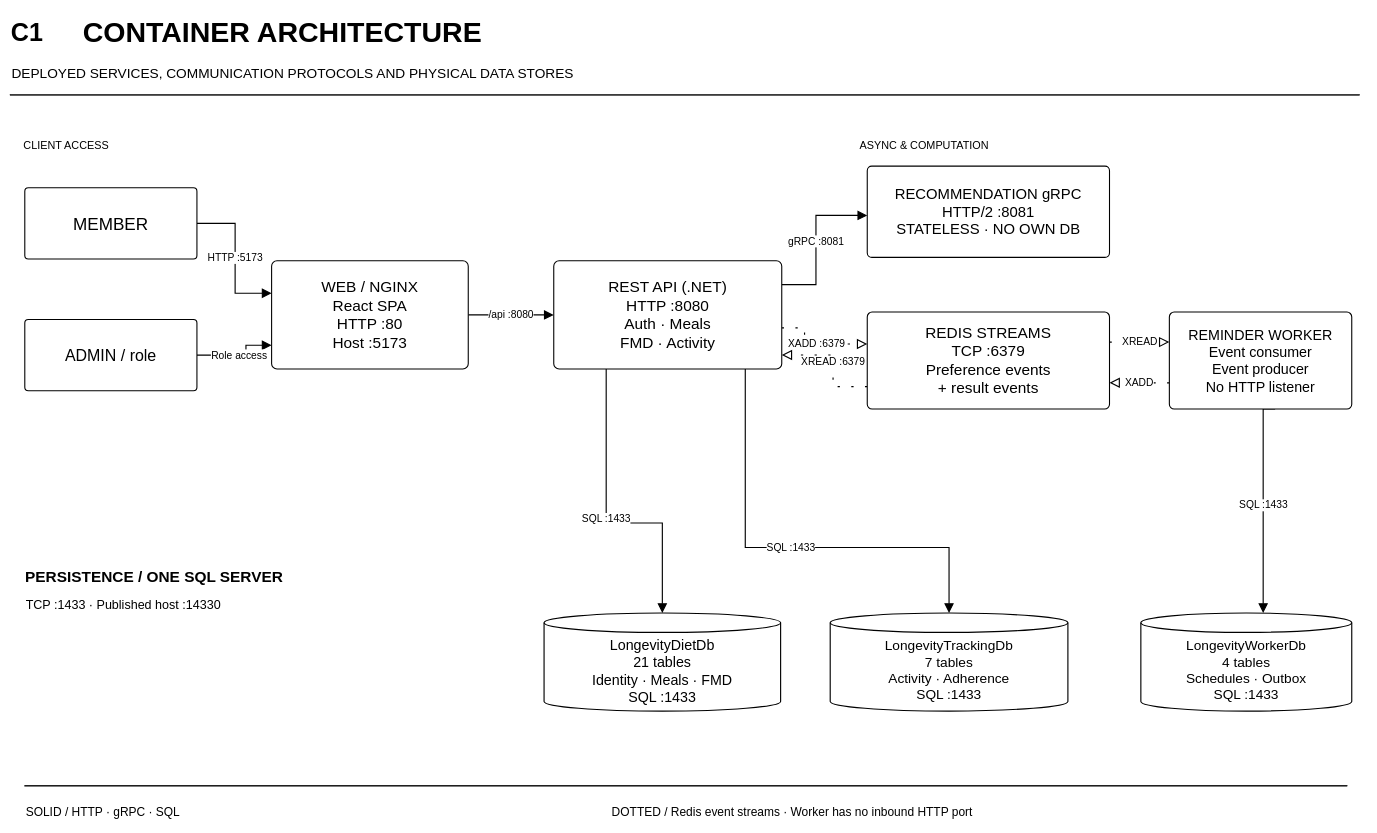
The draw.io diagram docs/assignment/one-page/C1.drawio in YAHsaveme/FPTUSE_LongevityDiet, before the edit. Source tidied: cells renumbered, new cells numbered last; positions are measured from the earlier drawing's top-left corner, leaving out a move shared by most shapes. Both pictures are drawn from the tidied source at 57%, with x=0, y=0 at pixel (10, 10).
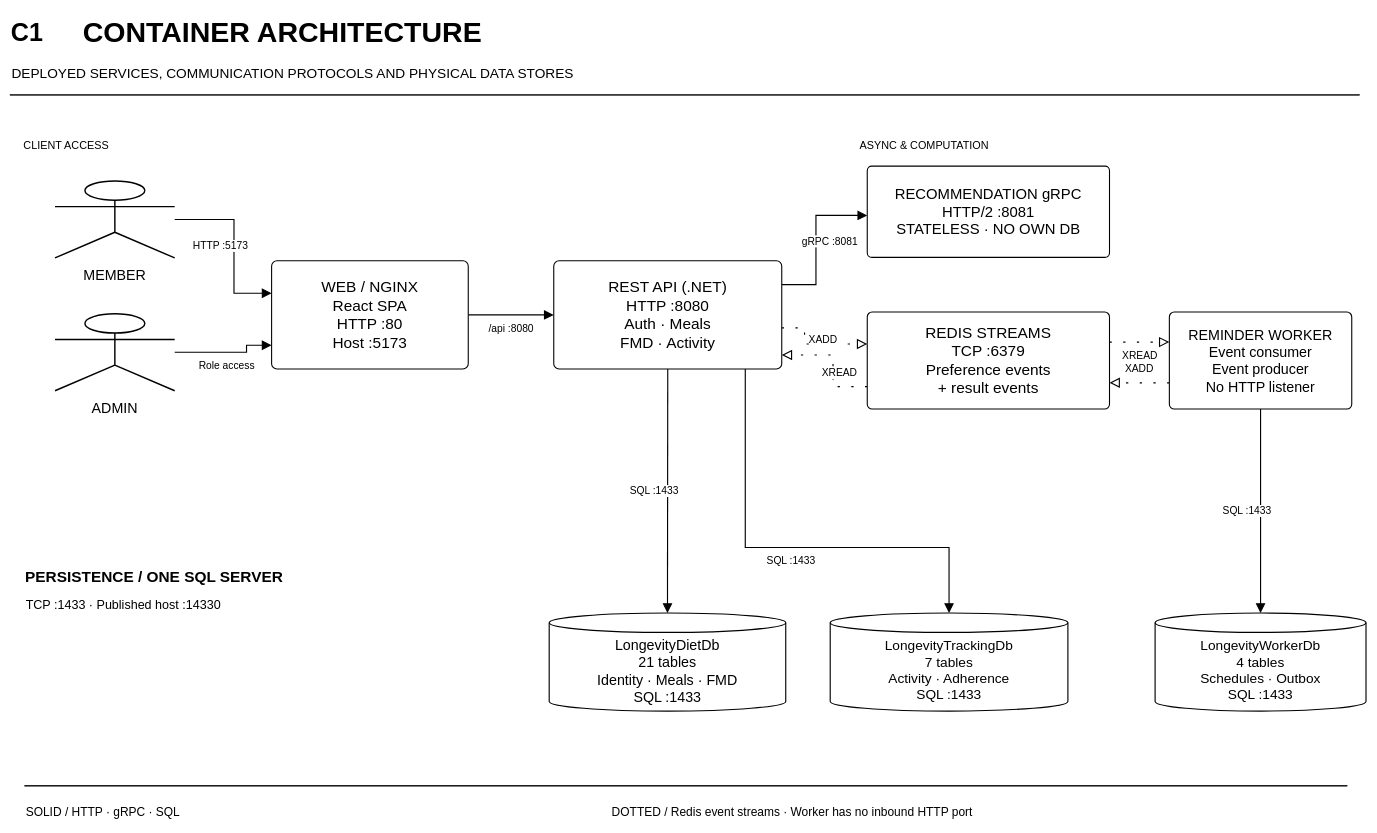
Above is the later version.

The change refers to these unchanged cells:
```xml
<mxCell id="21" value="WEB / NGINX&lt;br/&gt;React SPA&lt;br/&gt;HTTP :80&lt;br/&gt;Host :5173" style="rounded=1;arcSize=5;html=1;whiteSpace=wrap;strokeColor=#000000;strokeWidth=1.9;fillColor=#FFFFFF;align=center;verticalAlign=middle;spacing=8;fontFamily=Arial;fontColor=#000000;fontSize=27;" parent="1" vertex="1">
  <mxGeometry x="459" y="440" width="345" height="190" as="geometry" />
</mxCell>
<mxCell id="22" value="REST API  (.NET)&lt;br/&gt;HTTP :8080&lt;br/&gt;Auth · Meals&lt;br/&gt;FMD · Activity" style="rounded=1;arcSize=5;html=1;whiteSpace=wrap;strokeColor=#000000;strokeWidth=1.9;fillColor=#FFFFFF;align=center;verticalAlign=middle;spacing=8;fontFamily=Arial;fontColor=#000000;fontSize=27;" parent="1" vertex="1">
  <mxGeometry x="954" y="440" width="400" height="190" as="geometry" />
</mxCell>
<mxCell id="23" value="RECOMMENDATION gRPC&lt;br/&gt;HTTP/2 :8081&lt;br/&gt;STATELESS  ·  NO OWN DB" style="rounded=1;arcSize=5;html=1;whiteSpace=wrap;strokeColor=#000000;strokeWidth=1.9;fillColor=#FFFFFF;align=center;verticalAlign=middle;spacing=8;fontFamily=Arial;fontColor=#000000;fontSize=26;" parent="1" vertex="1">
  <mxGeometry x="1504" y="274" width="425" height="160" as="geometry" />
</mxCell>
<mxCell id="24" value="REDIS STREAMS&lt;br/&gt;TCP :6379&lt;br/&gt;Preference events&lt;br/&gt;+ result events" style="rounded=1;arcSize=5;html=1;whiteSpace=wrap;strokeColor=#000000;strokeWidth=1.9;fillColor=#FFFFFF;align=center;verticalAlign=middle;spacing=8;fontFamily=Arial;fontColor=#000000;fontSize=27;" parent="1" vertex="1">
  <mxGeometry x="1504" y="530" width="425" height="170" as="geometry" />
</mxCell>
<mxCell id="25" value="REMINDER WORKER&lt;br/&gt;Event consumer&lt;br/&gt;Event producer&lt;br/&gt;No HTTP listener" style="rounded=1;arcSize=5;html=1;whiteSpace=wrap;strokeColor=#000000;strokeWidth=1.9;fillColor=#FFFFFF;align=center;verticalAlign=middle;spacing=8;fontFamily=Arial;fontColor=#000000;fontSize=25;" parent="1" vertex="1">
  <mxGeometry x="2034" y="530" width="320" height="170" as="geometry" />
</mxCell>
<mxCell id="29" value="LongevityTrackingDb&lt;br/&gt;7 tables&lt;br/&gt;Activity · Adherence&lt;br/&gt;SQL :1433" style="shape=cylinder3;html=1;whiteSpace=wrap;boundedLbl=1;size=17;strokeColor=#000000;strokeWidth=2;fillColor=#FFFFFF;align=center;verticalAlign=middle;spacing=8;fontFamily=Arial;fontColor=#000000;fontSize=24;" parent="1" vertex="1">
  <mxGeometry x="1439" y="1058" width="417" height="172" as="geometry" />
</mxCell>
```

What changed in the source:
```diff
@@
-    <mxCell id="2" value="HTTP :5173" style="edgeStyle=segmentEdgeStyle;rounded=0;orthogonal=1;html=1;strokeColor=#000000;strokeWidth=2;startArrow=none;endArrow=block;endFill=1;endSize=12;fontFamily=Arial;fontColor=#000000;fontSize=18;labelBackgroundColor=#FFFFFF;align=center;verticalAlign=middle;spacing=3;exitX=1.00000;exitY=0.50000;exitPerimeter=0;entryX=0.00000;entryY=0.30000;entryPerimeter=0;" parent="1" edge="1" source="19" target="21">
-      <mxGeometry relative="1" as="geometry">
+    <mxCell id="2" value="HTTP :5173" style="edgeStyle=segmentEdgeStyle;rounded=0;orthogonal=1;html=1;strokeColor=#000000;strokeWidth=2;startArrow=none;endArrow=block;endFill=1;endSize=12;fontFamily=Arial;fontColor=#000000;fontSize=18;labelBackgroundColor=#FFFFFF;align=center;verticalAlign=middle;spacing=3;verticalLabelPosition=top;exitX=1.00000;exitY=0.50000;exitPerimeter=0;entryX=0.00000;entryY=0.30000;entryPerimeter=0;" parent="1" edge="1" source="19" target="21">
+      <mxGeometry y="-24" relative="1" as="geometry">
         <Array as="points">
-          <mxPoint x="395" y="374" />
-          <mxPoint x="395" y="497" />
+          <mxPoint x="393" y="367.5" />
+          <mxPoint x="393" y="497" />
         </Array>
       </mxGeometry>
     </mxCell>
-    <mxCell id="3" value="Role access" style="edgeStyle=segmentEdgeStyle;rounded=0;orthogonal=1;html=1;strokeColor=#000000;strokeWidth=2;startArrow=none;endArrow=block;endFill=1;endSize=12;fontFamily=Arial;fontColor=#000000;fontSize=18;labelBackgroundColor=#FFFFFF;align=center;verticalAlign=middle;spacing=3;exitX=1.00000;exitY=0.50000;exitPerimeter=0;entryX=0.00000;entryY=0.78000;entryPerimeter=0;" parent="1" edge="1" source="20" target="21">
-      <mxGeometry relative="1" as="geometry">
+    <mxCell id="3" value="Role access" style="edgeStyle=segmentEdgeStyle;rounded=0;orthogonal=1;html=1;strokeColor=#000000;strokeWidth=2;startArrow=none;endArrow=block;endFill=1;endSize=12;fontFamily=Arial;fontColor=#000000;fontSize=18;labelBackgroundColor=#FFFFFF;align=center;verticalAlign=middle;spacing=3;verticalLabelPosition=top;exitX=1.00000;exitY=0.50000;exitPerimeter=0;entryX=0.00000;entryY=0.78000;entryPerimeter=0;" parent="1" edge="1" source="20" target="21">
+      <mxGeometry y="-24" relative="1" as="geometry">
         <Array as="points">
-          <mxPoint x="414" y="605" />
-          <mxPoint x="414" y="588" />
+          <mxPoint x="415" y="600.5" />
+          <mxPoint x="415" y="588.2" />
         </Array>
       </mxGeometry>
     </mxCell>
-    <mxCell id="4" value="/api :8080" style="edgeStyle=segmentEdgeStyle;rounded=0;orthogonal=1;html=1;strokeColor=#000000;strokeWidth=2;startArrow=none;endArrow=block;endFill=1;endSize=12;fontFamily=Arial;fontColor=#000000;fontSize=18;labelBackgroundColor=#FFFFFF;align=center;verticalAlign=middle;spacing=3;exitX=1.00000;exitY=0.50000;exitPerimeter=0;entryX=0.00000;entryY=0.50000;entryPerimeter=0;" parent="1" edge="1" source="21" target="22">
-      <mxGeometry relative="1" as="geometry" />
+    <mxCell id="4" value="/api :8080" style="edgeStyle=segmentEdgeStyle;rounded=0;orthogonal=1;html=1;strokeColor=#000000;strokeWidth=2;startArrow=none;endArrow=block;endFill=1;endSize=12;fontFamily=Arial;fontColor=#000000;fontSize=18;labelBackgroundColor=#FFFFFF;align=center;verticalAlign=middle;spacing=3;verticalLabelPosition=top;exitX=1.00000;exitY=0.50000;exitPerimeter=0;entryX=0.00000;entryY=0.50000;entryPerimeter=0;" parent="1" edge="1" source="21" target="22">
+      <mxGeometry y="-24" relative="1" as="geometry" />
     </mxCell>
-    <mxCell id="5" value="gRPC :8081" style="edgeStyle=segmentEdgeStyle;rounded=0;orthogonal=1;html=1;strokeColor=#000000;strokeWidth=2;startArrow=none;endArrow=block;endFill=1;endSize=12;fontFamily=Arial;fontColor=#000000;fontSize=18;labelBackgroundColor=#FFFFFF;align=center;verticalAlign=middle;spacing=3;exitX=1.00000;exitY=0.22000;exitPerimeter=0;entryX=0.00000;entryY=0.54000;entryPerimeter=0;" parent="1" edge="1" source="22" target="23">
-      <mxGeometry relative="1" as="geometry">
+    <mxCell id="5" value="gRPC :8081" style="edgeStyle=segmentEdgeStyle;rounded=0;orthogonal=1;html=1;strokeColor=#000000;strokeWidth=2;startArrow=none;endArrow=block;endFill=1;endSize=12;fontFamily=Arial;fontColor=#000000;fontSize=18;labelBackgroundColor=#FFFFFF;align=center;verticalAlign=middle;spacing=3;verticalLabelPosition=top;exitX=1.00000;exitY=0.22000;exitPerimeter=0;entryX=0.00000;entryY=0.54000;entryPerimeter=0;" parent="1" edge="1" source="22" target="23">
+      <mxGeometry y="-24" relative="1" as="geometry">
         <Array as="points">
           <mxPoint x="1414" y="482" />
           <mxPoint x="1414" y="360" />
         </Array>
       </mxGeometry>
     </mxCell>
-    <mxCell id="6" value="XADD :6379" style="edgeStyle=segmentEdgeStyle;rounded=0;orthogonal=1;html=1;strokeColor=#000000;strokeWidth=2;dashed=1;dashPattern=2 10;startArrow=none;endArrow=block;endFill=0;endSize=13;fontFamily=Arial;fontColor=#000000;fontSize=18;labelBackgroundColor=#FFFFFF;align=center;verticalAlign=middle;spacing=3;exitX=1.00000;exitY=0.62000;exitPerimeter=0;entryX=0.00000;entryY=0.33000;entryPerimeter=0;" parent="1" edge="1" source="22" target="24">
-      <mxGeometry relative="1" as="geometry">
+    <mxCell id="6" value="XADD" style="edgeStyle=segmentEdgeStyle;rounded=0;orthogonal=1;html=1;strokeColor=#000000;strokeWidth=2;dashed=1;dashPattern=2 10;startArrow=none;endArrow=block;endFill=0;endSize=13;fontFamily=Arial;fontColor=#000000;fontSize=18;labelBackgroundColor=#FFFFFF;align=center;verticalAlign=middle;spacing=3;verticalLabelPosition=top;exitX=1.00000;exitY=0.62000;exitPerimeter=0;entryX=0.00000;entryY=0.33000;entryPerimeter=0;" parent="1" edge="1" source="22" target="24">
+      <mxGeometry x="0.12" y="-24" relative="1" as="geometry">
         <Array as="points">
           <mxPoint x="1394" y="558" />
           <mxPoint x="1394" y="586" />
         </Array>
+        <mxPoint y="-32" as="offset" />
       </mxGeometry>
     </mxCell>
-    <mxCell id="7" value="XREAD :6379" style="edgeStyle=segmentEdgeStyle;rounded=0;orthogonal=1;html=1;strokeColor=#000000;strokeWidth=2;dashed=1;dashPattern=2 10;startArrow=none;endArrow=block;endFill=0;endSize=13;fontFamily=Arial;fontColor=#000000;fontSize=18;labelBackgroundColor=#FFFFFF;align=center;verticalAlign=middle;spacing=3;exitX=0.00000;exitY=0.77000;exitPerimeter=0;entryX=1.00000;entryY=0.87000;entryPerimeter=0;" parent="1" edge="1" source="24" target="22">
-      <mxGeometry relative="1" as="geometry">
+    <mxCell id="7" value="XREAD" style="edgeStyle=segmentEdgeStyle;rounded=0;orthogonal=1;html=1;strokeColor=#000000;strokeWidth=2;dashed=1;dashPattern=2 10;startArrow=none;endArrow=block;endFill=0;endSize=13;fontFamily=Arial;fontColor=#000000;fontSize=18;labelBackgroundColor=#FFFFFF;align=center;verticalAlign=middle;spacing=3;verticalLabelPosition=top;exitX=0.00000;exitY=0.77000;exitPerimeter=0;entryX=1.00000;entryY=0.87000;entryPerimeter=0;" parent="1" edge="1" source="24" target="22">
+      <mxGeometry x="-0.52" y="-24" relative="1" as="geometry">
         <Array as="points">
           <mxPoint x="1444" y="661" />
           <mxPoint x="1444" y="605" />
         </Array>
       </mxGeometry>
     </mxCell>
-    <mxCell id="8" value="XREAD" style="edgeStyle=segmentEdgeStyle;rounded=0;orthogonal=1;html=1;strokeColor=#000000;strokeWidth=2;dashed=1;dashPattern=2 10;startArrow=none;endArrow=block;endFill=0;endSize=13;fontFamily=Arial;fontColor=#000000;fontSize=18;labelBackgroundColor=#FFFFFF;align=center;verticalAlign=middle;spacing=3;exitX=1.00000;exitY=0.31000;exitPerimeter=0;entryX=0.00000;entryY=0.31000;entryPerimeter=0;" parent="1" edge="1" source="24" target="25">
-      <mxGeometry relative="1" as="geometry" />
+    <mxCell id="8" value="XREAD" style="edgeStyle=segmentEdgeStyle;rounded=0;orthogonal=1;html=1;strokeColor=#000000;strokeWidth=2;dashed=1;dashPattern=2 10;startArrow=none;endArrow=block;endFill=0;endSize=13;fontFamily=Arial;fontColor=#000000;fontSize=18;labelBackgroundColor=#FFFFFF;align=center;verticalAlign=middle;spacing=3;verticalLabelPosition=top;exitX=1.00000;exitY=0.31000;exitPerimeter=0;entryX=0.00000;entryY=0.31000;entryPerimeter=0;" parent="1" edge="1" source="24" target="25">
+      <mxGeometry y="-24" relative="1" as="geometry" />
     </mxCell>
-    <mxCell id="9" value="XADD" style="edgeStyle=segmentEdgeStyle;rounded=0;orthogonal=1;html=1;strokeColor=#000000;strokeWidth=2;dashed=1;dashPattern=2 10;startArrow=none;endArrow=block;endFill=0;endSize=13;fontFamily=Arial;fontColor=#000000;fontSize=18;labelBackgroundColor=#FFFFFF;align=center;verticalAlign=middle;spacing=3;exitX=0.00000;exitY=0.73000;exitPerimeter=0;entryX=1.00000;entryY=0.73000;entryPerimeter=0;" parent="1" edge="1" source="25" target="24">
-      <mxGeometry relative="1" as="geometry" />
+    <mxCell id="9" value="XADD" style="edgeStyle=segmentEdgeStyle;rounded=0;orthogonal=1;html=1;strokeColor=#000000;strokeWidth=2;dashed=1;dashPattern=2 10;startArrow=none;endArrow=block;endFill=0;endSize=13;fontFamily=Arial;fontColor=#000000;fontSize=18;labelBackgroundColor=#FFFFFF;align=center;verticalAlign=middle;spacing=3;verticalLabelPosition=top;exitX=0.00000;exitY=0.73000;exitPerimeter=0;entryX=1.00000;entryY=0.73000;entryPerimeter=0;" parent="1" edge="1" source="25" target="24">
+      <mxGeometry y="-24" relative="1" as="geometry" />
     </mxCell>
-    <mxCell id="10" value="SQL :1433" style="edgeStyle=segmentEdgeStyle;rounded=0;orthogonal=1;html=1;strokeColor=#000000;strokeWidth=2;startArrow=none;endArrow=block;endFill=1;endSize=12;fontFamily=Arial;fontColor=#000000;fontSize=18;labelBackgroundColor=#FFFFFF;align=center;verticalAlign=middle;spacing=3;exitX=0.23000;exitY=1.00000;exitPerimeter=0;entryX=0.50000;entryY=0.00000;entryPerimeter=0;" parent="1" edge="1" source="22" target="28">
-      <mxGeometry relative="1" as="geometry">
-        <Array as="points">
-          <mxPoint x="1046" y="900" />
-          <mxPoint x="1145" y="900" />
-        </Array>
-      </mxGeometry>
+    <mxCell id="10" value="SQL :1433" style="edgeStyle=segmentEdgeStyle;rounded=0;orthogonal=1;html=1;strokeColor=#000000;strokeWidth=2;startArrow=none;endArrow=block;endFill=1;endSize=12;fontFamily=Arial;fontColor=#000000;fontSize=18;labelBackgroundColor=#FFFFFF;align=center;verticalAlign=middle;spacing=3;verticalLabelPosition=top;exitX=0.50000;exitY=1.00000;exitPerimeter=0;entryX=0.50000;entryY=0.00000;entryPerimeter=0;" parent="1" edge="1" source="22" target="28">
+      <mxGeometry y="-24" relative="1" as="geometry" />
     </mxCell>
-    <mxCell id="11" value="SQL :1433" style="edgeStyle=segmentEdgeStyle;rounded=0;orthogonal=1;html=1;strokeColor=#000000;strokeWidth=2;startArrow=none;endArrow=block;endFill=1;endSize=12;fontFamily=Arial;fontColor=#000000;fontSize=18;labelBackgroundColor=#FFFFFF;align=center;verticalAlign=middle;spacing=3;exitX=0.84000;exitY=1.00000;exitPerimeter=0;entryX=0.50000;entryY=0.00000;entryPerimeter=0;" parent="1" edge="1" source="22" target="29">
-      <mxGeometry relative="1" as="geometry">
+    <mxCell id="11" value="SQL :1433" style="edgeStyle=segmentEdgeStyle;rounded=0;orthogonal=1;html=1;strokeColor=#000000;strokeWidth=2;startArrow=none;endArrow=block;endFill=1;endSize=12;fontFamily=Arial;fontColor=#000000;fontSize=18;labelBackgroundColor=#FFFFFF;align=center;verticalAlign=middle;spacing=3;verticalLabelPosition=top;exitX=0.84000;exitY=1.00000;exitPerimeter=0;entryX=0.50000;entryY=0.00000;entryPerimeter=0;" parent="1" edge="1" source="22" target="29">
+      <mxGeometry y="-24" relative="1" as="geometry">
         <Array as="points">
           <mxPoint x="1290" y="943" />
           <mxPoint x="1648" y="943" />
         </Array>
       </mxGeometry>
     </mxCell>
-    <mxCell id="12" value="SQL :1433" style="edgeStyle=segmentEdgeStyle;rounded=0;orthogonal=1;html=1;strokeColor=#000000;strokeWidth=2;startArrow=none;endArrow=block;endFill=1;endSize=12;fontFamily=Arial;fontColor=#000000;fontSize=18;labelBackgroundColor=#FFFFFF;align=center;verticalAlign=middle;spacing=3;exitX=0.58000;exitY=1.00000;exitPerimeter=0;entryX=0.58000;entryY=0.00000;entryPerimeter=0;" parent="1" edge="1" source="25" target="30">
-      <mxGeometry relative="1" as="geometry" />
+    <mxCell id="12" value="SQL :1433" style="edgeStyle=segmentEdgeStyle;rounded=0;orthogonal=1;html=1;strokeColor=#000000;strokeWidth=2;startArrow=none;endArrow=block;endFill=1;endSize=12;fontFamily=Arial;fontColor=#000000;fontSize=18;labelBackgroundColor=#FFFFFF;align=center;verticalAlign=middle;spacing=3;verticalLabelPosition=top;exitX=0.50000;exitY=1.00000;exitPerimeter=0;entryX=0.50000;entryY=0.00000;entryPerimeter=0;" parent="1" edge="1" source="25" target="30">
+      <mxGeometry y="-24" relative="1" as="geometry" />
     </mxCell>
@@
-    <mxCell id="19" value="MEMBER" style="rounded=1;arcSize=5;html=1;whiteSpace=wrap;strokeColor=#000000;strokeWidth=1.9;fillColor=#FFFFFF;align=center;verticalAlign=middle;spacing=8;fontFamily=Arial;fontColor=#000000;fontSize=30;" parent="1" vertex="1">
-      <mxGeometry x="26" y="312" width="302" height="125" as="geometry" />
+    <mxCell id="19" value="MEMBER" style="shape=umlActor;html=1;whiteSpace=wrap;strokeColor=#000000;strokeWidth=2.5;fillColor=#FFFFFF;labelPosition=center;verticalLabelPosition=bottom;verticalAlign=top;spacingTop=8;spacingBottom=0;fontFamily=Arial;fontColor=#000000;fontSize=25;" parent="1" vertex="1">
+      <mxGeometry x="79" y="300" width="210" height="135" as="geometry" />
     </mxCell>
-    <mxCell id="20" value="ADMIN  /  role" style="rounded=1;arcSize=5;html=1;whiteSpace=wrap;strokeColor=#000000;strokeWidth=1.9;fillColor=#FFFFFF;align=center;verticalAlign=middle;spacing=8;fontFamily=Arial;fontColor=#000000;fontSize=28;" parent="1" vertex="1">
-      <mxGeometry x="26" y="543" width="302" height="125" as="geometry" />
+    <mxCell id="20" value="ADMIN" style="shape=umlActor;html=1;whiteSpace=wrap;strokeColor=#000000;strokeWidth=2.5;fillColor=#FFFFFF;labelPosition=center;verticalLabelPosition=bottom;verticalAlign=top;spacingTop=8;spacingBottom=0;fontFamily=Arial;fontColor=#000000;fontSize=25;" parent="1" vertex="1">
+      <mxGeometry x="79" y="533" width="210" height="135" as="geometry" />
     </mxCell>
@@
     <mxCell id="28" value="LongevityDietDb&lt;br/&gt;21 tables&lt;br/&gt;Identity · Meals · FMD&lt;br/&gt;SQL :1433" style="shape=cylinder3;html=1;whiteSpace=wrap;boundedLbl=1;size=17;strokeColor=#000000;strokeWidth=2;fillColor=#FFFFFF;align=center;verticalAlign=middle;spacing=8;fontFamily=Arial;fontColor=#000000;fontSize=25;" parent="1" vertex="1">
-      <mxGeometry x="937" y="1058" width="415" height="172" as="geometry" />
+      <mxGeometry x="946" y="1058" width="415" height="172" as="geometry" />
     </mxCell>
@@
     <mxCell id="30" value="LongevityWorkerDb&lt;br/&gt;4 tables&lt;br/&gt;Schedules · Outbox&lt;br/&gt;SQL :1433" style="shape=cylinder3;html=1;whiteSpace=wrap;boundedLbl=1;size=17;strokeColor=#000000;strokeWidth=2;fillColor=#FFFFFF;align=center;verticalAlign=middle;spacing=8;fontFamily=Arial;fontColor=#000000;fontSize=24;" parent="1" vertex="1">
-      <mxGeometry x="1984" y="1058" width="370" height="172" as="geometry" />
+      <mxGeometry x="2009" y="1058" width="370" height="172" as="geometry" />
     </mxCell>
```
